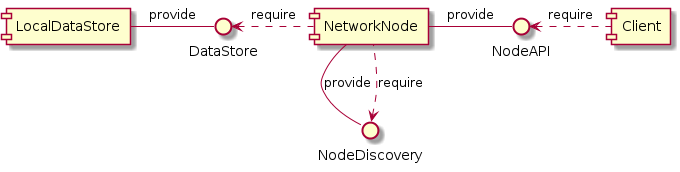
Stemt/DKB keeps this PlantUML diagram as doc/architecture.png. Above is the earlier version. Its diagram source:
```plantuml
@startuml



component LocalDataStore

interface DataStore
LocalDataStore - DataStore : provide

component NetworkNode
DataStore <. NetworkNode : require

interface NodeDiscovery
NetworkNode -- NodeDiscovery: provide
NodeDiscovery <.. NetworkNode : require

interface NodeAPI
NetworkNode - NodeAPI : provide

component Client
NodeAPI <. Client : require

@enduml
```
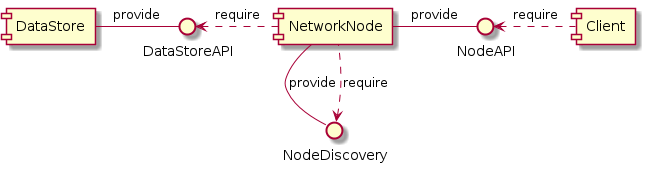
Later version of the same file.

Diff of the diagram source:
```diff
@@ -2,13 +2,13 @@
 
 
 
-component LocalDataStore
+component DataStore
 
-interface DataStore
-LocalDataStore - DataStore : provide
+interface DataStoreAPI
+DataStore - DataStoreAPI : provide
 
 component NetworkNode
-DataStore <. NetworkNode : require
+DataStoreAPI <. NetworkNode : require
 
 interface NodeDiscovery
 NetworkNode -- NodeDiscovery: provide
```
